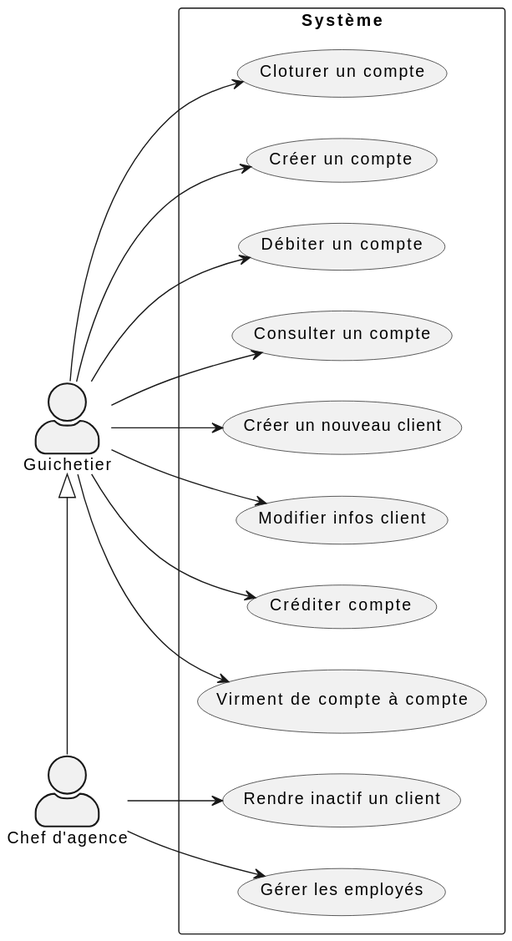
Above: plantuml/use-case.svg in IUT-Blagnac/sae2022-bank-1b03 (PlantUML), before the change. Source of this version:
```plantuml
@startuml
skinparam actorStyle awesome
:Chef d'agence:
:Guichetier:
rectangle Système {
    (Rendre inactif un client)
    (Gérer les employés)
    (Débiter un compte)
    (Consulter un compte)
    (Créer un nouveau client)
    (Modifier infos client)
    (Créditer compte)
    (Virment de compte à compte)
    (Cloturer un compte)
    (Créer un compte)
}


(Guichetier) <|-right- (Chef d'agence)

left to right direction
:Chef d'agence: --> (Rendre inactif un client)
:Chef d'agence: --> (Gérer les employés)
(Guichetier) --> (Débiter un compte)
(Guichetier) --> (Consulter un compte)
(Guichetier) --> (Créer un nouveau client)
(Guichetier) --> (Modifier infos client)
(Guichetier) --> (Créditer compte)
(Guichetier) --> (Virment de compte à compte)
(Guichetier) --> (Cloturer un compte)
(Guichetier) --> (Créer un compte)
@enduml
```
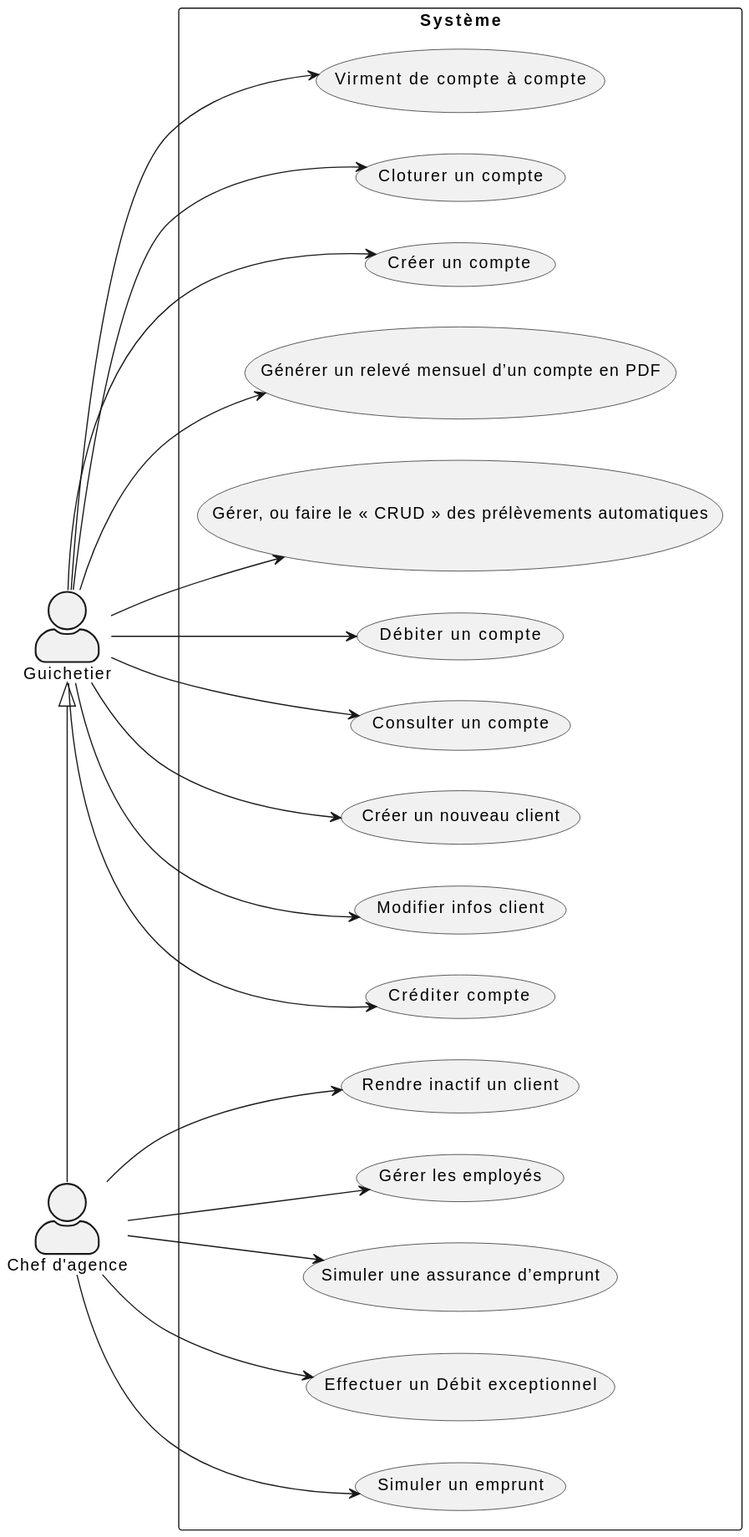
After the commit.

The edit, as a diff of the source:
```diff
@@ -13,6 +13,11 @@
     (Virment de compte à compte)
     (Cloturer un compte)
     (Créer un compte)
+    (Générer un relevé mensuel d’un compte en PDF)
+    (Gérer, ou faire le « CRUD » des prélèvements automatiques)
+    (Effectuer un Débit exceptionnel)
+    (Simuler un emprunt)
+    (Simuler une assurance d’emprunt)
 }
 
 
@@ -21,6 +26,11 @@
 left to right direction
 :Chef d'agence: --> (Rendre inactif un client)
 :Chef d'agence: --> (Gérer les employés)
+:Chef d'agence: --> (Effectuer un Débit exceptionnel)
+:Chef d'agence: --> (Simuler un emprunt)
+:Chef d'agence: --> (Simuler une assurance d’emprunt)
+
+
 (Guichetier) --> (Débiter un compte)
 (Guichetier) --> (Consulter un compte)
 (Guichetier) --> (Créer un nouveau client)
@@ -29,4 +39,6 @@
 (Guichetier) --> (Virment de compte à compte)
 (Guichetier) --> (Cloturer un compte)
 (Guichetier) --> (Créer un compte)
+(Guichetier) --> (Générer un relevé mensuel d’un compte en PDF)
+(Guichetier) --> (Gérer, ou faire le « CRUD » des prélèvements automatiques)
 @enduml
```
